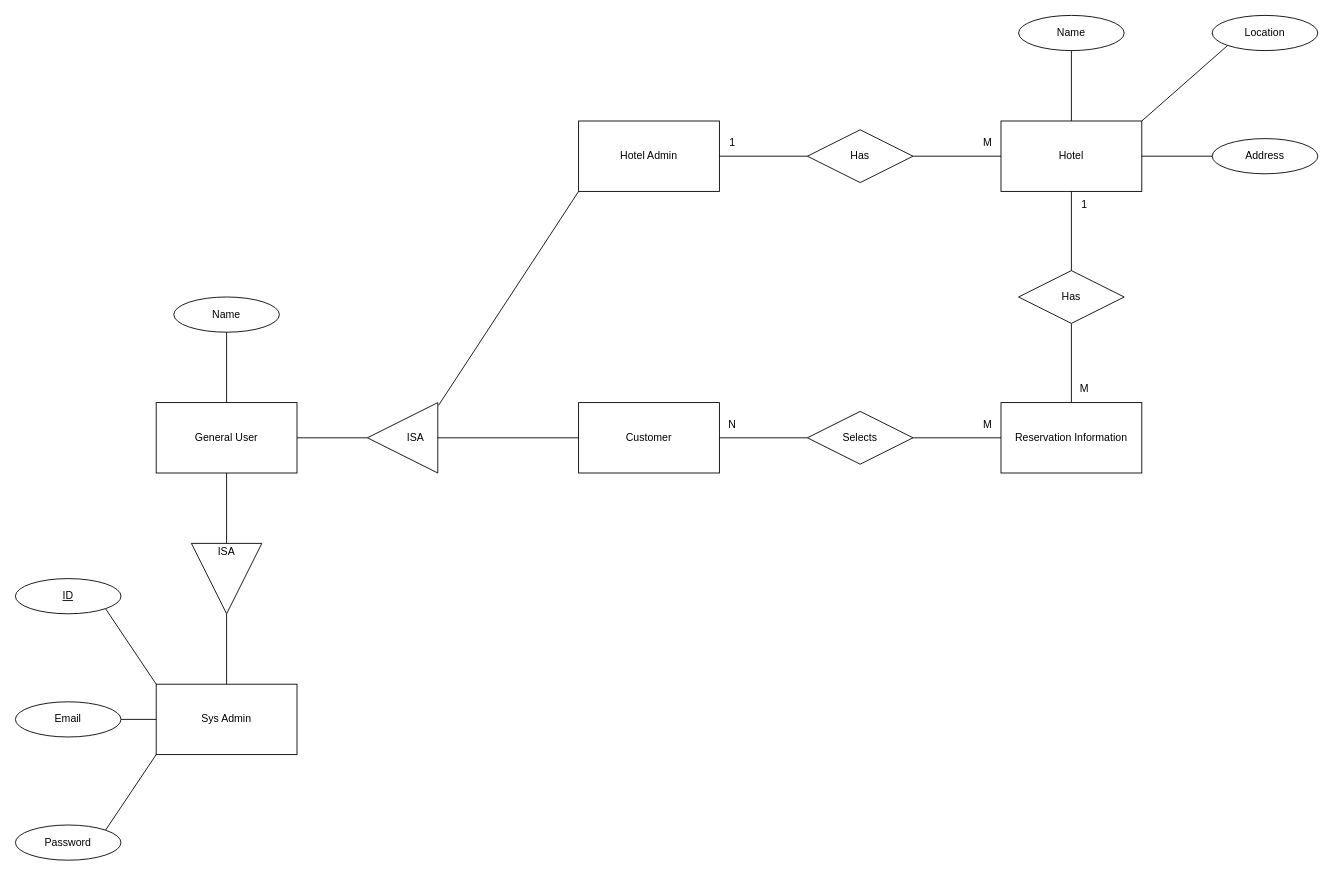
Above: docs/ER.drawio in LassazVegaz/Hotel-Reservation-System (draw.io), before the change. Source tidied: cells renumbered, new cells numbered last; positions are measured from the earlier drawing's top-left corner, leaving out a move shared by most shapes. Both pictures are drawn from the tidied source at 88%, with x=0, y=0 at pixel (15, 15).
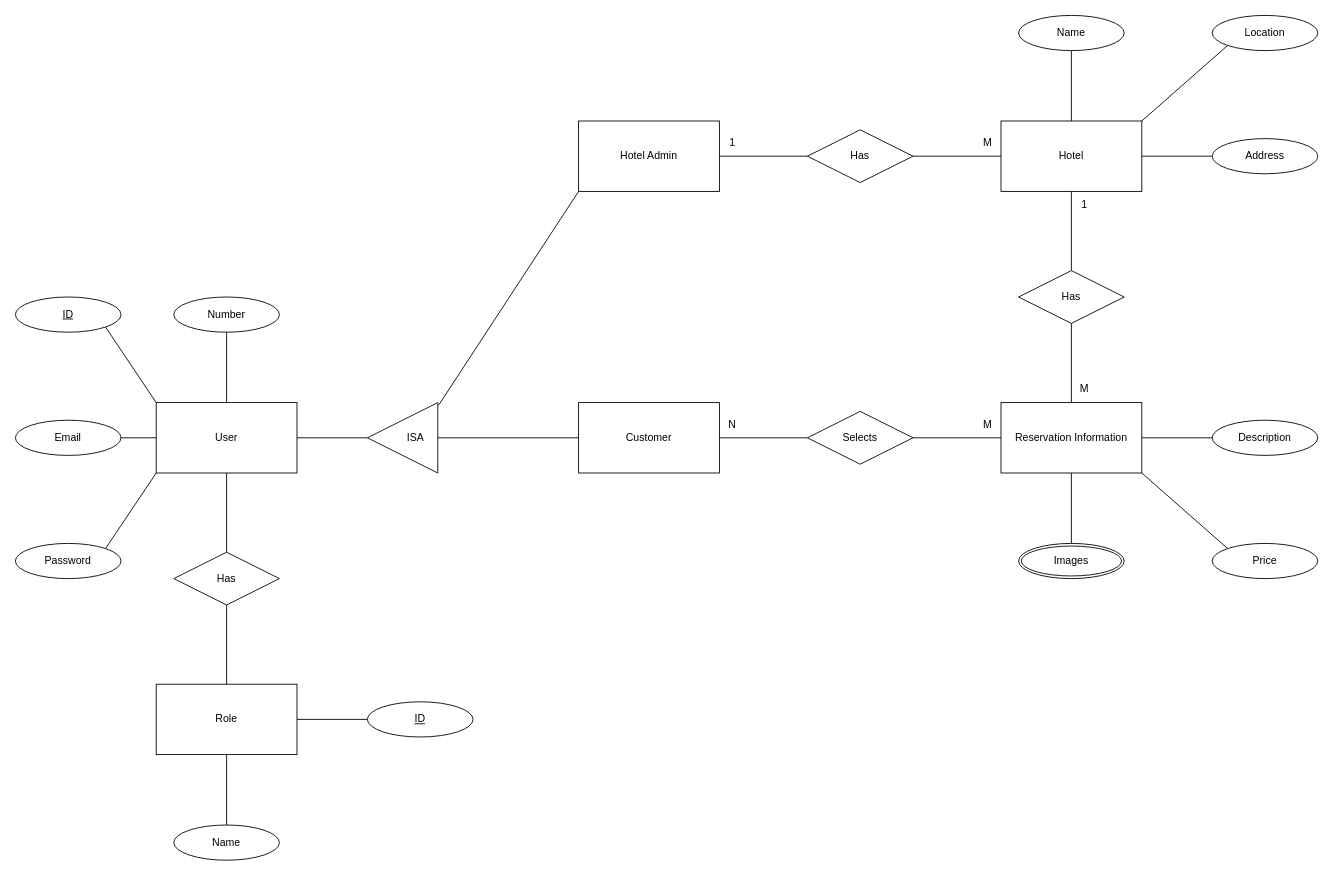
After the change.

The change refers to these unchanged cells:
```xml
<mxCell id="16" style="triangle;whiteSpace=wrap;html=1;rotation=-180;flipH=0;flipV=0;direction=east;" parent="1" vertex="1">
  <mxGeometry x="400" y="440" width="80" height="80" as="geometry" />
</mxCell>
<mxCell id="22" value="Reservation Information" style="whiteSpace=wrap;html=1;align=center;" parent="1" vertex="1">
  <mxGeometry x="1120" y="440" width="160" height="80" as="geometry" />
</mxCell>
```

Change to the diagram source:
```diff
@@
-    <mxCell id="13" value="General User" style="whiteSpace=wrap;html=1;align=center;" parent="1" vertex="1">
-      <mxGeometry x="160" y="440" width="160" height="80" as="geometry" />
-    </mxCell>
-    <mxCell id="14" value="Name" style="ellipse;whiteSpace=wrap;html=1;align=center;" parent="1" vertex="1">
-      <mxGeometry x="180" y="320" width="120" height="40" as="geometry" />
-    </mxCell>
-    <mxCell id="15" style="endArrow=none;html=1;rounded=0;entryX=0.5;entryY=1;entryDx=0;entryDy=0;exitX=0.5;exitY=0;exitDx=0;exitDy=0;" parent="1" edge="1" source="13" target="14">
-      <mxGeometry relative="1" as="geometry" />
-    </mxCell>
@@
-    <mxCell id="18" style="endArrow=none;html=1;rounded=0;entryX=1;entryY=0.5;entryDx=0;entryDy=0;exitX=1;exitY=0.5;exitDx=0;exitDy=0;" parent="1" edge="1" source="16" target="13">
+    <mxCell id="18" style="endArrow=none;html=1;rounded=0;entryX=1;entryY=0.5;entryDx=0;entryDy=0;exitX=1;exitY=0.5;exitDx=0;exitDy=0;" parent="1" edge="1" source="16" target="29">
       <mxGeometry relative="1" as="geometry" />
     </mxCell>
@@
-    <mxCell id="29" value="Sys Admin" style="whiteSpace=wrap;html=1;align=center;" parent="1" vertex="1">
-      <mxGeometry x="160" y="760" width="160" height="80" as="geometry" />
+    <mxCell id="29" value="User" style="whiteSpace=wrap;html=1;align=center;" parent="1" vertex="1">
+      <mxGeometry x="160" y="440" width="160" height="80" as="geometry" />
     </mxCell>
     <mxCell id="30" value="ID" style="ellipse;whiteSpace=wrap;html=1;align=center;fontStyle=4;" parent="1" vertex="1">
-      <mxGeometry y="640" width="120" height="40" as="geometry" />
+      <mxGeometry y="320" width="120" height="40" as="geometry" />
     </mxCell>
     <mxCell id="31" value="Email" style="ellipse;whiteSpace=wrap;html=1;align=center;" parent="1" vertex="1">
-      <mxGeometry y="780" width="120" height="40" as="geometry" />
+      <mxGeometry y="460" width="120" height="40" as="geometry" />
     </mxCell>
     <mxCell id="32" value="Password" style="ellipse;whiteSpace=wrap;html=1;align=center;" parent="1" vertex="1">
-      <mxGeometry y="920" width="120" height="40" as="geometry" />
+      <mxGeometry y="600" width="120" height="40" as="geometry" />
     </mxCell>
@@
-    <mxCell id="36" style="triangle;whiteSpace=wrap;html=1;rotation=-90;flipH=1;flipV=1;direction=east;" parent="1" vertex="1">
-      <mxGeometry x="200" y="600" width="80" height="80" as="geometry" />
-    </mxCell>
-    <mxCell id="37" value="ISA" style="text;html=1;strokeColor=none;fillColor=none;align=center;verticalAlign=middle;whiteSpace=wrap;rounded=0;" parent="1" vertex="1">
-      <mxGeometry x="215" y="600" width="50" height="20" as="geometry" />
-    </mxCell>
-    <mxCell id="38" style="endArrow=none;html=1;rounded=0;entryX=0.5;entryY=1;entryDx=0;entryDy=0;exitX=1;exitY=0.5;exitDx=0;exitDy=0;" parent="1" edge="1" source="36" target="13">
-      <mxGeometry relative="1" as="geometry" />
-    </mxCell>
-    <mxCell id="39" style="endArrow=none;html=1;rounded=0;exitX=0;exitY=0.5;exitDx=0;exitDy=0;entryX=0.5;entryY=0;entryDx=0;entryDy=0;" parent="1" edge="1" source="36" target="29">
-      <mxGeometry relative="1" as="geometry" />
-    </mxCell>
@@
+    <mxCell id="46" value="Description" style="ellipse;whiteSpace=wrap;html=1;align=center;" parent="1" vertex="1">
+      <mxGeometry x="1360" y="460" width="120" height="40" as="geometry" />
+    </mxCell>
+    <mxCell id="47" value="Price" style="ellipse;whiteSpace=wrap;html=1;align=center;" parent="1" vertex="1">
+      <mxGeometry x="1360" y="600" width="120" height="40" as="geometry" />
+    </mxCell>
+    <mxCell id="48" value="Images" style="ellipse;shape=doubleEllipse;margin=3;whiteSpace=wrap;html=1;align=center;" parent="1" vertex="1">
+      <mxGeometry x="1140" y="600" width="120" height="40" as="geometry" />
+    </mxCell>
+    <mxCell id="49" style="endArrow=none;html=1;rounded=0;entryX=0.5;entryY=1;entryDx=0;entryDy=0;exitX=0.5;exitY=0;exitDx=0;exitDy=0;" parent="1" edge="1" source="48" target="22">
+      <mxGeometry relative="1" as="geometry" />
+    </mxCell>
+    <mxCell id="50" style="endArrow=none;html=1;rounded=0;entryX=1;entryY=1;entryDx=0;entryDy=0;exitX=0;exitY=0;exitDx=0;exitDy=0;" parent="1" edge="1" source="47" target="22">
+      <mxGeometry relative="1" as="geometry" />
+    </mxCell>
+    <mxCell id="51" style="endArrow=none;html=1;rounded=0;entryX=1;entryY=0.5;entryDx=0;entryDy=0;exitX=0;exitY=0.5;exitDx=0;exitDy=0;" parent="1" edge="1" source="46" target="22">
+      <mxGeometry relative="1" as="geometry" />
+    </mxCell>
+    <mxCell id="52" style="endArrow=none;html=1;rounded=0;exitX=0.5;exitY=1;exitDx=0;exitDy=0;entryX=0.5;entryY=0;entryDx=0;entryDy=0;" parent="1" edge="1" source="29" target="54">
+      <mxGeometry relative="1" as="geometry" />
+    </mxCell>
+    <mxCell id="53" value="Role" style="whiteSpace=wrap;html=1;align=center;" parent="1" vertex="1">
+      <mxGeometry x="160" y="760" width="160" height="80" as="geometry" />
+    </mxCell>
+    <mxCell id="54" value="Has" style="shape=rhombus;perimeter=rhombusPerimeter;whiteSpace=wrap;html=1;align=center;" parent="1" vertex="1">
+      <mxGeometry x="180" y="610" width="120" height="60" as="geometry" />
+    </mxCell>
+    <mxCell id="55" style="endArrow=none;html=1;rounded=0;exitX=0.5;exitY=1;exitDx=0;exitDy=0;entryX=0.5;entryY=0;entryDx=0;entryDy=0;" parent="1" edge="1" source="54" target="53">
+      <mxGeometry relative="1" as="geometry" />
+    </mxCell>
+    <mxCell id="56" value="ID" style="ellipse;whiteSpace=wrap;html=1;align=center;fontStyle=4;" parent="1" vertex="1">
+      <mxGeometry x="400" y="780" width="120" height="40" as="geometry" />
+    </mxCell>
+    <mxCell id="14" value="Name" style="ellipse;whiteSpace=wrap;html=1;align=center;" parent="1" vertex="1">
+      <mxGeometry x="180" y="920" width="120" height="40" as="geometry" />
+    </mxCell>
+    <mxCell id="57" style="endArrow=none;html=1;rounded=0;entryX=0;entryY=0.5;entryDx=0;entryDy=0;exitX=1;exitY=0.5;exitDx=0;exitDy=0;" parent="1" edge="1" source="53" target="56">
+      <mxGeometry relative="1" as="geometry" />
+    </mxCell>
+    <mxCell id="58" style="endArrow=none;html=1;rounded=0;entryX=0.5;entryY=0;entryDx=0;entryDy=0;exitX=0.5;exitY=1;exitDx=0;exitDy=0;" parent="1" edge="1" source="53" target="14">
+      <mxGeometry relative="1" as="geometry" />
+    </mxCell>
+    <mxCell id="59" value="Number" style="ellipse;whiteSpace=wrap;html=1;align=center;" parent="1" vertex="1">
+      <mxGeometry x="180" y="320" width="120" height="40" as="geometry" />
+    </mxCell>
+    <mxCell id="60" style="endArrow=none;html=1;rounded=0;entryX=0.5;entryY=1;entryDx=0;entryDy=0;exitX=0.5;exitY=0;exitDx=0;exitDy=0;" parent="1" edge="1" source="29" target="59">
+      <mxGeometry relative="1" as="geometry" />
+    </mxCell>
```
